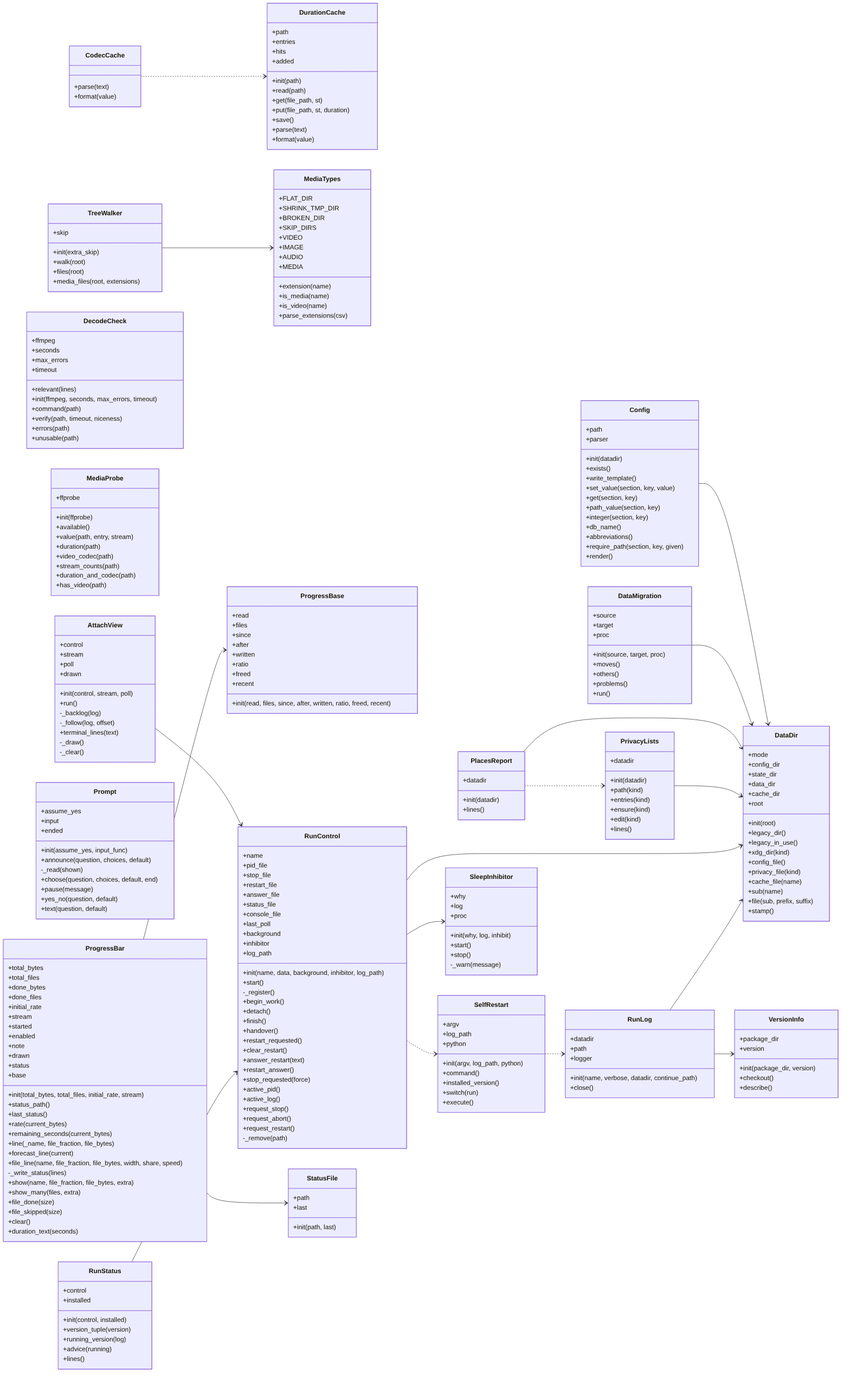
Before: docs/img/uml_core.png, a diagram exported from Mermaid (peddanet/mediatools). Its source is kept beside it as docs/img/uml_core.mmd.
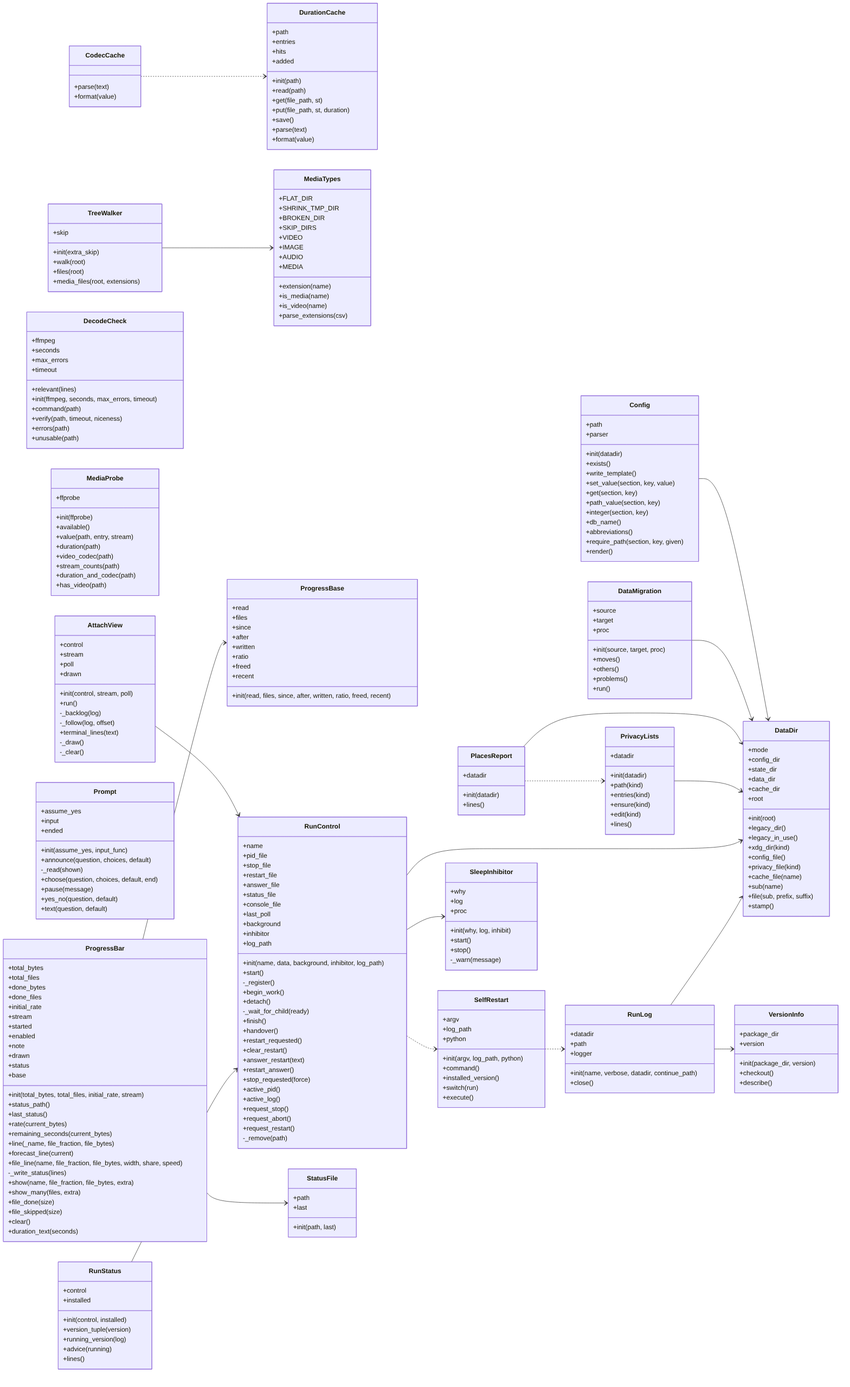
After the commit.

What changed in the source:
```diff
@@ -193,6 +193,7 @@
     -_register()
     +begin_work()
     +detach()
+    -_wait_for_child(ready)
     +finish()
     +handover()
     +restart_requested()
```
